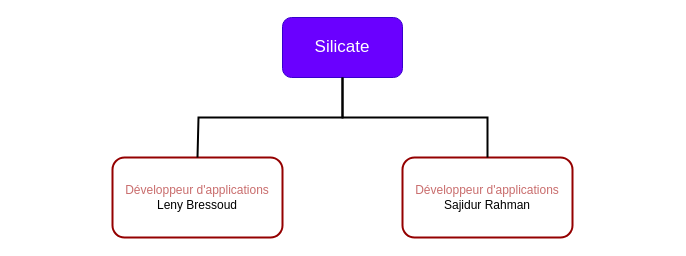
novaotp/silicate keeps this draw.io diagram as admin/employee_structure.drawio. Above is the earlier version. Source tidied: cells renumbered, new cells numbered last; positions are measured from the earlier drawing's top-left corner, leaving out a move shared by most shapes. Both pictures are drawn from the tidied source at 100%, with x=0, y=0 at pixel (112, 17).
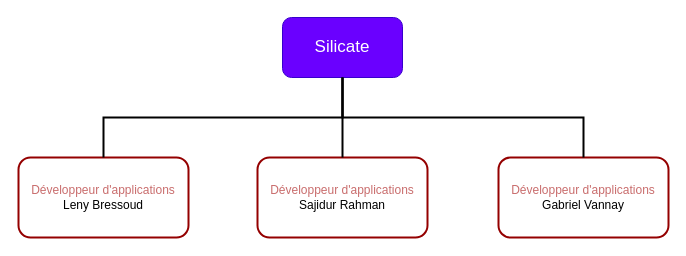
The same diagram, later.

Change to the diagram source:
```diff
@@
 <mxGraphModel>
   <root>
     <mxCell id="0" />
     <mxCell id="1" parent="0" />
     <mxCell id="2" value="&lt;font style=&quot;font-size: 17px;&quot; color=&quot;#ffffff&quot;&gt;Silicate&lt;/font&gt;" style="rounded=1;whiteSpace=wrap;html=1;fillColor=#6a00ff;strokeColor=#3700CC;fontColor=#ffffff;" parent="1" vertex="1">
       <mxGeometry x="170" width="120" height="60" as="geometry" />
     </mxCell>
     <mxCell id="3" value="&lt;font color=&quot;#c96d6d&quot;&gt;Développeur d'applications&lt;/font&gt;&lt;br&gt;Leny Bressoud" style="rounded=1;whiteSpace=wrap;html=1;strokeColor=#940000;strokeWidth=2;" parent="1" vertex="1">
-      <mxGeometry y="140" width="170" height="80" as="geometry" />
+      <mxGeometry x="-94" y="140" width="170" height="80" as="geometry" />
     </mxCell>
     <mxCell id="4" value="&lt;font color=&quot;#c96d6d&quot;&gt;Développeur d'applications&lt;/font&gt;&lt;br&gt;Sajidur Rahman" style="rounded=1;whiteSpace=wrap;html=1;strokeColor=#940000;strokeWidth=2;" parent="1" vertex="1">
-      <mxGeometry x="290" y="140" width="170" height="80" as="geometry" />
+      <mxGeometry x="145" y="140" width="170" height="80" as="geometry" />
     </mxCell>
     <mxCell id="5" style="endArrow=none;html=1;rounded=0;exitX=0.5;exitY=1;exitDx=0;exitDy=0;entryX=0.5;entryY=0;entryDx=0;entryDy=0;strokeWidth=2;" parent="1" edge="1" source="2" target="4">
       <mxGeometry relative="1" as="geometry">
         <Array as="points">
           <mxPoint x="230" y="100" />
-          <mxPoint x="375" y="100" />
         </Array>
       </mxGeometry>
     </mxCell>
     <mxCell id="6" style="endArrow=none;html=1;rounded=0;exitX=0.5;exitY=1;exitDx=0;exitDy=0;entryX=0.5;entryY=0;entryDx=0;entryDy=0;strokeWidth=2;" parent="1" edge="1" source="2" target="3">
       <mxGeometry relative="1" as="geometry">
         <Array as="points">
           <mxPoint x="230" y="100" />
-          <mxPoint x="86" y="100" />
+          <mxPoint x="-9" y="100" />
         </Array>
       </mxGeometry>
     </mxCell>
+    <mxCell id="7" value="&lt;span style=&quot;color: rgb(201, 109, 109);&quot;&gt;Développeur d'applications&lt;br&gt;&lt;/span&gt;Gabriel Vannay" style="rounded=1;whiteSpace=wrap;html=1;strokeColor=#940000;strokeWidth=2;" parent="1" vertex="1">
+      <mxGeometry x="386" y="140" width="170" height="80" as="geometry" />
+    </mxCell>
+    <mxCell id="8" style="endArrow=none;html=1;rounded=0;exitX=0.5;exitY=1;exitDx=0;exitDy=0;entryX=0.5;entryY=0;entryDx=0;entryDy=0;strokeWidth=2;" parent="1" edge="1" source="2" target="7">
+      <mxGeometry relative="1" as="geometry">
+        <Array as="points">
+          <mxPoint x="230" y="100" />
+          <mxPoint x="471" y="100" />
+        </Array>
+      </mxGeometry>
+    </mxCell>
   </root>
 </mxGraphModel>
```
